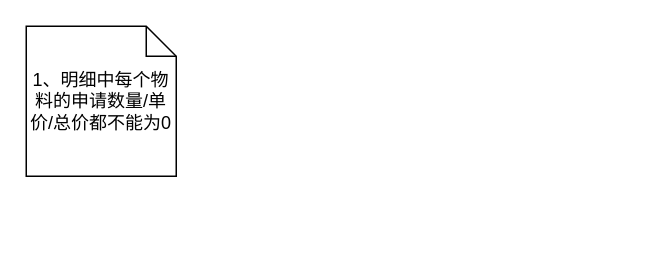
Earlier version of the draw.io diagram 新增采购退单.drawio (188436093/mms). Source tidied: cells renumbered, new cells numbered last; positions are measured from the earlier drawing's top-left corner, leaving out a move shared by most shapes. Both pictures are drawn from the tidied source at 150%, with x=0, y=0 at pixel (26, 26).
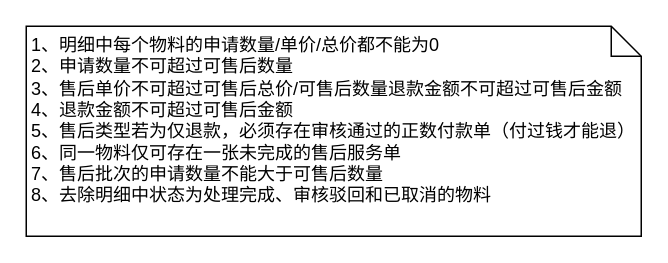
After the change.

Commit message:
更新新增采购退单.drawio

What changed in the source:
```diff
@@
 <mxGraphModel>
   <root>
     <mxCell id="0" />
     <mxCell id="1" parent="0" />
-    <mxCell id="2" value="1、明细中每个物料的申请数量/单价/总价都不能为0" style="shape=note;size=20;whiteSpace=wrap;html=1;" parent="1" vertex="1">
-      <mxGeometry width="100" height="100" as="geometry" />
+    <mxCell id="2" value="&lt;div style=&quot;text-align: left;&quot;&gt;&lt;span style=&quot;background-color: initial;&quot;&gt;1、明细中每个物料的申请数量/单价/总价都不能为0&lt;/span&gt;&lt;/div&gt;&lt;div style=&quot;text-align: left;&quot;&gt;&lt;span style=&quot;background-color: initial;&quot;&gt;2、申请数量不可超过可售后数量&lt;/span&gt;&lt;/div&gt;&lt;div style=&quot;text-align: left;&quot;&gt;&lt;span style=&quot;background-color: initial;&quot;&gt;3、售后单价不可超过可售后总价/可售后数量退款金额不可超过可售后金额&lt;/span&gt;&lt;/div&gt;&lt;div style=&quot;text-align: left;&quot;&gt;&lt;span style=&quot;background-color: initial;&quot;&gt;4、退款金额不可超过可售后金额&lt;/span&gt;&lt;/div&gt;&lt;div style=&quot;text-align: left;&quot;&gt;&lt;span style=&quot;background-color: initial;&quot;&gt;5、售后类型若为仅退款，必须存在审核通过的正数付款单（付过钱才能退）&lt;/span&gt;&lt;/div&gt;&lt;div style=&quot;text-align: left;&quot;&gt;&lt;span style=&quot;background-color: initial;&quot;&gt;6、同一物料仅可存在一张未完成的售后服务单&lt;/span&gt;&lt;/div&gt;&lt;div style=&quot;text-align: left;&quot;&gt;&lt;span style=&quot;background-color: initial;&quot;&gt;7、&lt;/span&gt;售后批次的申请数量不能大于可售后数量&lt;/div&gt;&lt;div style=&quot;text-align: left;&quot;&gt;8、去除明细中状态为处理完成、审核驳回和已取消的物料&lt;/div&gt;&lt;div style=&quot;text-align: left;&quot;&gt;&lt;span style=&quot;background-color: initial;&quot;&gt;&lt;br&gt;&lt;/span&gt;&lt;/div&gt;" style="shape=note;size=20;whiteSpace=wrap;html=1;" parent="1" vertex="1">
+      <mxGeometry width="410" height="140" as="geometry" />
     </mxCell>
   </root>
 </mxGraphModel>
```
